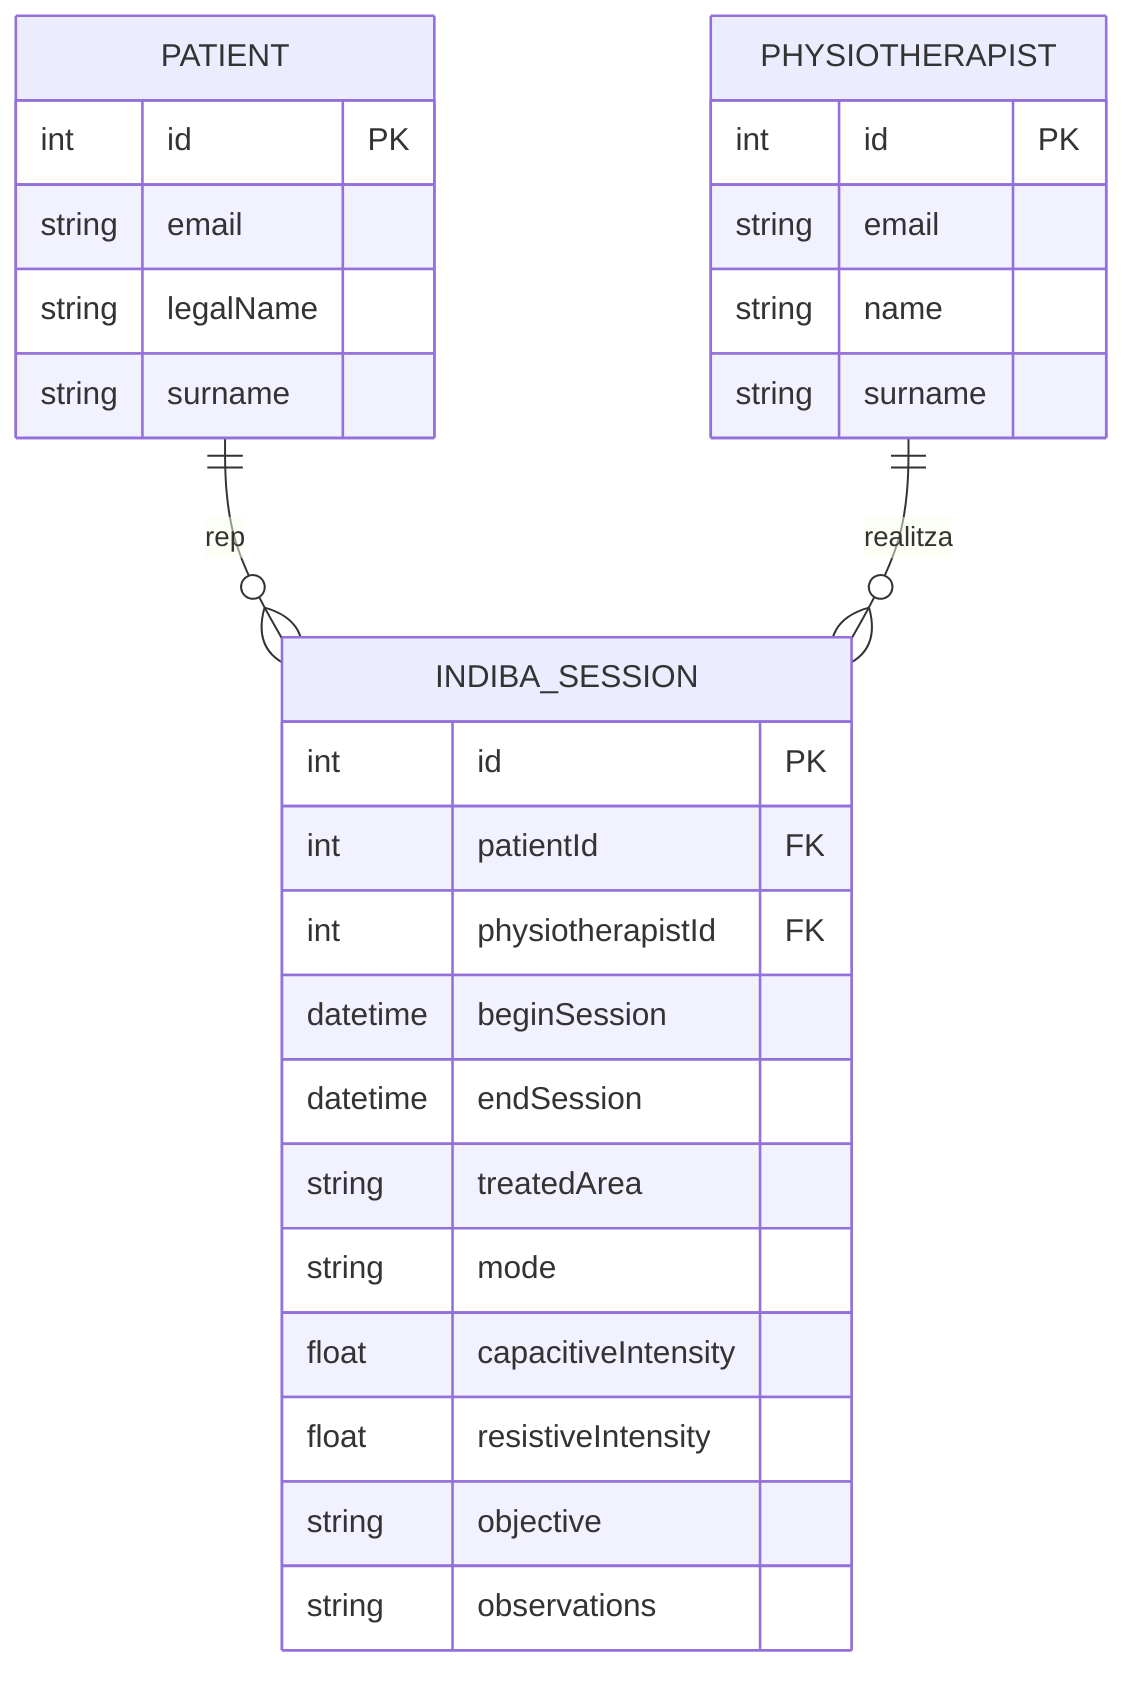
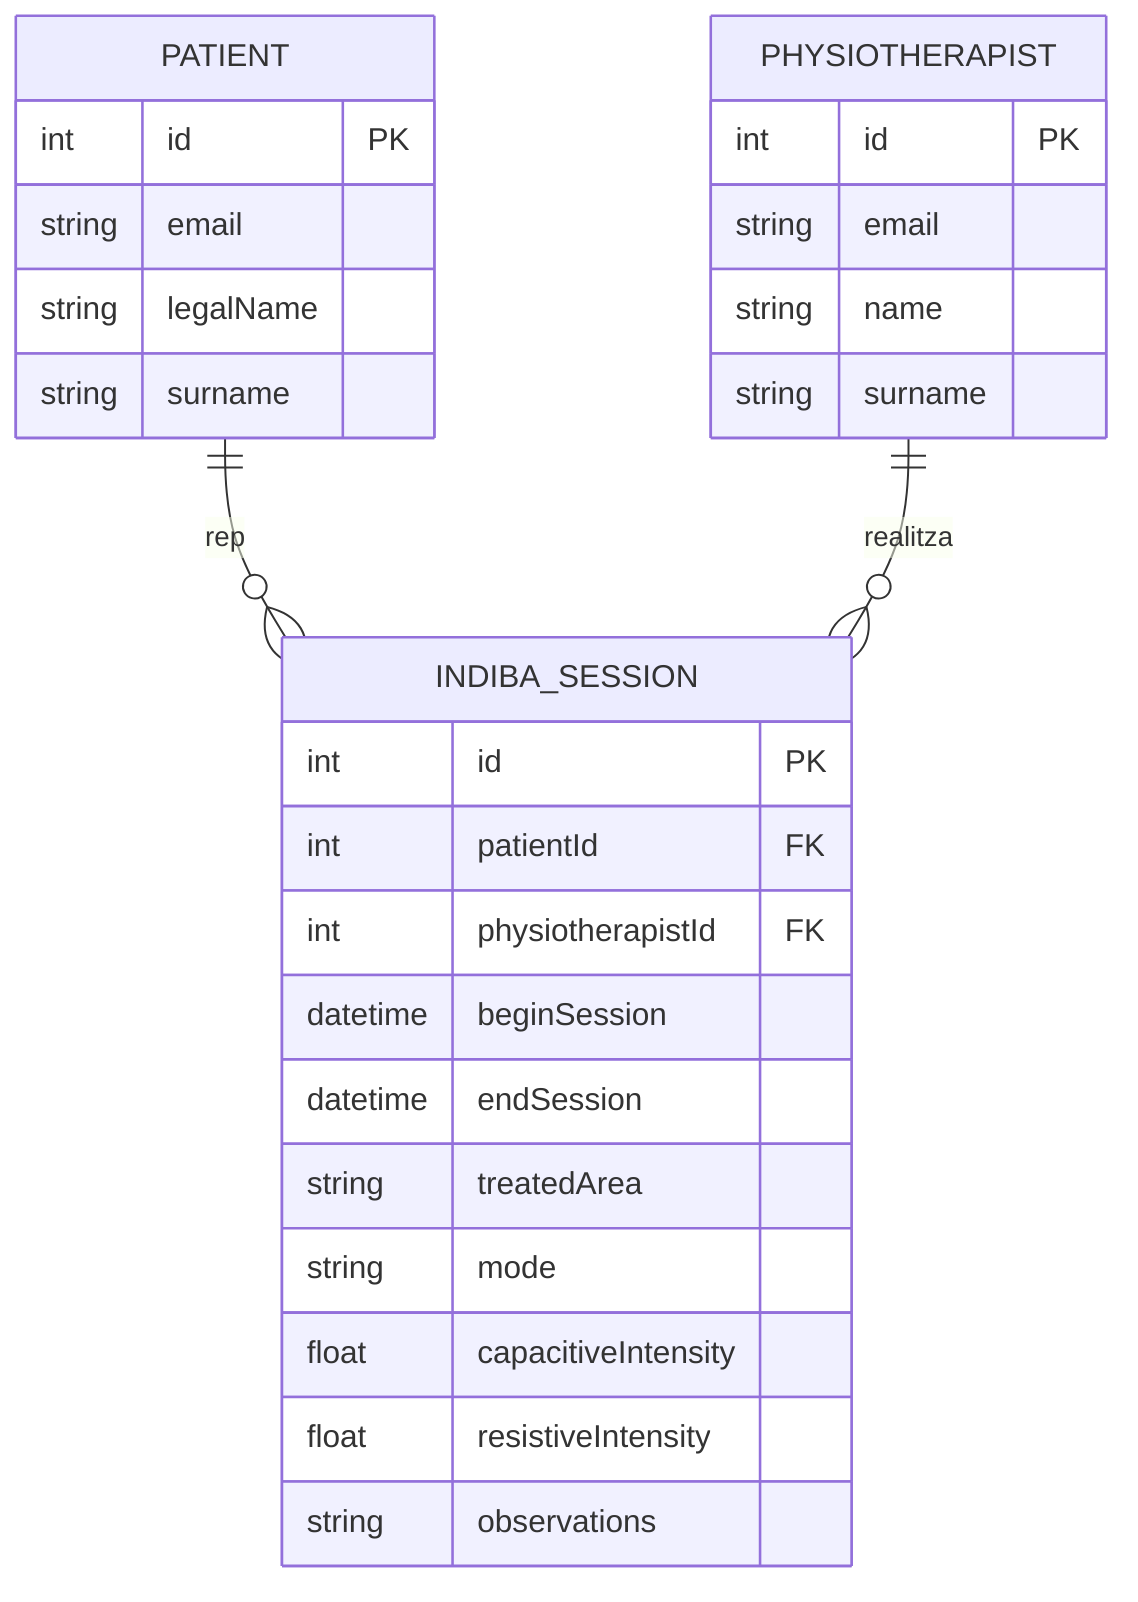
erDiagram

  INDIBA_SESSION {
    int id PK
    int patientId FK
    int physiotherapistId FK
    datetime beginSession
    datetime endSession
    string treatedArea
    string mode
    float capacitiveIntensity
    float resistiveIntensity
-     string objective
    string observations
  }

  PATIENT {
    int id PK
    string email
    string legalName
    string surname
  }

  PHYSIOTHERAPIST {
    int id PK
    string email
    string name
    string surname
  }

  PATIENT ||--o{ INDIBA_SESSION : "rep"
  PHYSIOTHERAPIST ||--o{ INDIBA_SESSION : "realitza"
